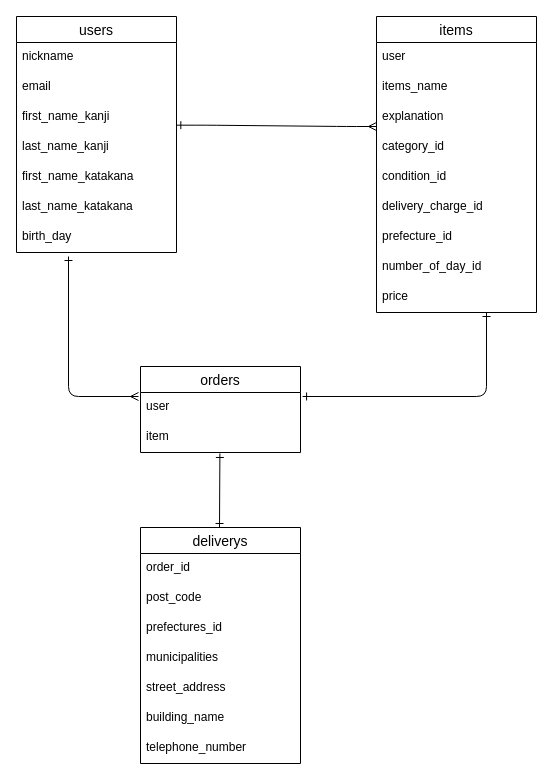
This is er.dio from yuyunaginagi/furima-40237, a draw.io file, before an edit. Source tidied: cells renumbered, new cells numbered last; positions are measured from the earlier drawing's top-left corner, leaving out a move shared by most shapes. Both pictures are drawn from the tidied source at 100%, with x=0, y=0 at pixel (16, 16).
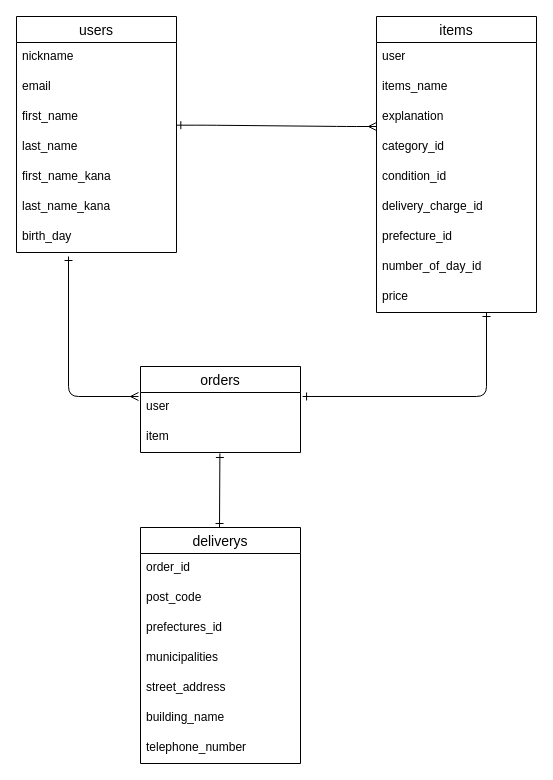
Above is the later version.

Unchanged cells that the change refers to:
```xml
<mxCell id="2" value="users" style="swimlane;fontStyle=0;horizontal=1;startSize=26;align=center;fontSize=14;" parent="1" vertex="1">
  <mxGeometry width="160" height="236" as="geometry" />
</mxCell>
```

Change to the diagram source:
```diff
@@
-    <mxCell id="5" value="first_name_kanji" style="text;strokeColor=none;fillColor=none;spacingLeft=4;spacingRight=4;overflow=hidden;points=[[0,0.5],[1,0.5]];portConstraint=eastwest;fontSize=12;" parent="2" vertex="1">
+    <mxCell id="5" value="first_name" style="text;strokeColor=none;fillColor=none;spacingLeft=4;spacingRight=4;overflow=hidden;points=[[0,0.5],[1,0.5]];portConstraint=eastwest;fontSize=12;" parent="2" vertex="1">
       <mxGeometry y="86" width="160" height="30" as="geometry" />
     </mxCell>
-    <mxCell id="6" value="last_name_kanji" style="text;strokeColor=none;fillColor=none;spacingLeft=4;spacingRight=4;overflow=hidden;fontSize=12;" parent="2" vertex="1">
+    <mxCell id="6" value="last_name" style="text;strokeColor=none;fillColor=none;spacingLeft=4;spacingRight=4;overflow=hidden;fontSize=12;" parent="2" vertex="1">
       <mxGeometry y="116" width="160" height="30" as="geometry" />
     </mxCell>
-    <mxCell id="7" value="first_name_katakana" style="text;strokeColor=none;fillColor=none;spacingLeft=4;spacingRight=4;overflow=hidden;fontSize=12;" parent="2" vertex="1">
+    <mxCell id="7" value="first_name_kana" style="text;strokeColor=none;fillColor=none;spacingLeft=4;spacingRight=4;overflow=hidden;fontSize=12;" parent="2" vertex="1">
       <mxGeometry y="146" width="160" height="30" as="geometry" />
     </mxCell>
-    <mxCell id="8" value="last_name_katakana" style="text;strokeColor=none;fillColor=none;spacingLeft=4;spacingRight=4;overflow=hidden;fontSize=12;" parent="2" vertex="1">
+    <mxCell id="8" value="last_name_kana" style="text;strokeColor=none;fillColor=none;spacingLeft=4;spacingRight=4;overflow=hidden;fontSize=12;" parent="2" vertex="1">
       <mxGeometry y="176" width="160" height="30" as="geometry" />
     </mxCell>
```
